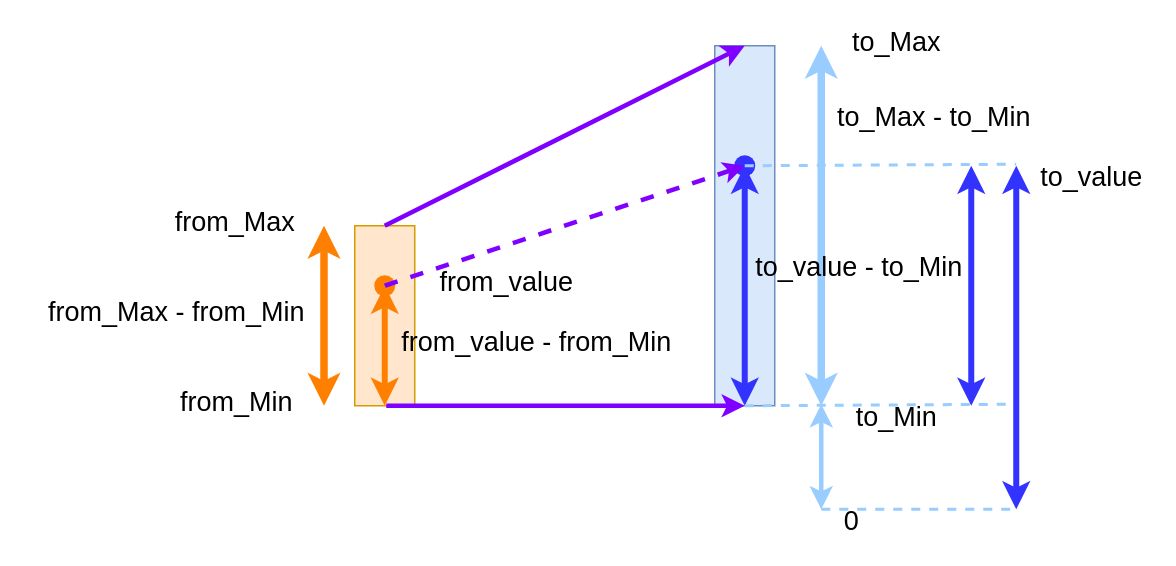
The draw.io diagram docs/bots/MiniBit/images/scale.drawio in gmc-code/PC-Microbit-Extension-backup, before the edit. Source tidied: cells renumbered, new cells numbered last; positions are measured from the earlier drawing's top-left corner, leaving out a move shared by most shapes. Both pictures are drawn from the tidied source at 150%, with x=0, y=0 at pixel (26, 30).
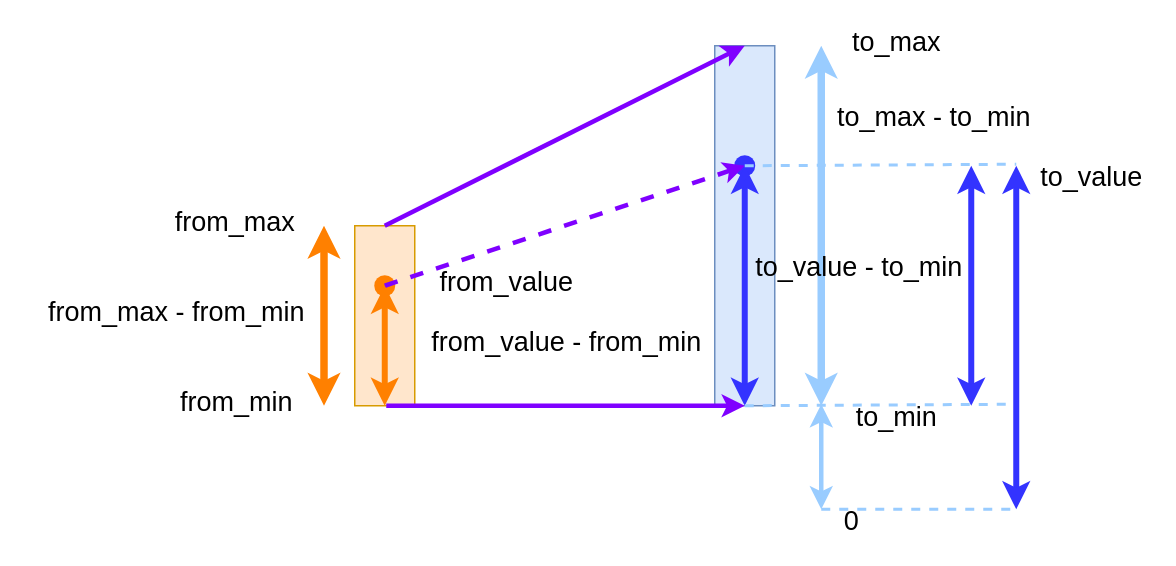
Above is the later version.

The edit, as a diff of the source:
```diff
@@
-    <mxCell id="4" value="to_Min" style="text;spacingTop=-5;align=center;verticalAlign=middle;fontStyle=0;html=1;fontSize=18;strokeColor=none;" parent="1" vertex="1">
+    <mxCell id="4" value="to_min" style="text;spacingTop=-5;align=center;verticalAlign=middle;fontStyle=0;html=1;fontSize=18;strokeColor=none;" parent="1" vertex="1">
       <mxGeometry x="540" y="250" width="80" height="20" as="geometry" />
     </mxCell>
-    <mxCell id="5" value="from_Min" style="text;spacingTop=-5;align=center;verticalAlign=middle;fontStyle=0;html=1;fontSize=18;" parent="1" vertex="1">
+    <mxCell id="5" value="from_min" style="text;spacingTop=-5;align=center;verticalAlign=middle;fontStyle=0;html=1;fontSize=18;" parent="1" vertex="1">
       <mxGeometry x="90" y="240" width="100" height="20" as="geometry" />
     </mxCell>
-    <mxCell id="6" value="from_Max" style="text;spacingTop=-5;align=center;verticalAlign=middle;fontStyle=0;html=1;fontSize=18;" parent="1" vertex="1">
+    <mxCell id="6" value="from_max" style="text;spacingTop=-5;align=center;verticalAlign=middle;fontStyle=0;html=1;fontSize=18;" parent="1" vertex="1">
       <mxGeometry x="89" y="120" width="100" height="20" as="geometry" />
     </mxCell>
-    <mxCell id="7" value="to_Max" style="text;spacingTop=-5;align=center;verticalAlign=middle;fontStyle=0;html=1;fontSize=18;strokeColor=none;" parent="1" vertex="1">
+    <mxCell id="7" value="to_max" style="text;spacingTop=-5;align=center;verticalAlign=middle;fontStyle=0;html=1;fontSize=18;strokeColor=none;" parent="1" vertex="1">
       <mxGeometry x="540" width="80" height="20" as="geometry" />
     </mxCell>
@@
-    <mxCell id="13" value="from_Max - from_Min" style="text;spacingTop=-5;align=center;verticalAlign=middle;fontStyle=0;html=1;fontSize=18;" parent="1" vertex="1">
+    <mxCell id="13" value="from_max - from_min" style="text;spacingTop=-5;align=center;verticalAlign=middle;fontStyle=0;html=1;fontSize=18;" parent="1" vertex="1">
       <mxGeometry y="180" width="200" height="20" as="geometry" />
     </mxCell>
@@
-    <mxCell id="20" value="from_value - from_Min" style="text;spacingTop=-5;align=center;verticalAlign=middle;fontStyle=0;html=1;fontSize=18;" parent="1" vertex="1">
-      <mxGeometry x="310" y="200" width="60" height="20" as="geometry" />
+    <mxCell id="20" value="from_value - from_min" style="text;spacingTop=-5;align=center;verticalAlign=middle;fontStyle=0;html=1;fontSize=18;" parent="1" vertex="1">
+      <mxGeometry x="270" y="200" width="180" height="20" as="geometry" />
     </mxCell>
@@
-    <mxCell id="22" value="to_value - to_Min" style="text;spacingTop=-5;align=center;verticalAlign=middle;fontStyle=0;html=1;fontSize=18;" parent="1" vertex="1">
+    <mxCell id="22" value="to_value - to_min" style="text;spacingTop=-5;align=center;verticalAlign=middle;fontStyle=0;html=1;fontSize=18;" parent="1" vertex="1">
       <mxGeometry x="480" y="150" width="150" height="20" as="geometry" />
     </mxCell>
@@
-    <mxCell id="26" value="to_Max - to_Min" style="text;spacingTop=-5;align=center;verticalAlign=middle;fontStyle=0;html=1;fontSize=18;" parent="1" vertex="1">
+    <mxCell id="26" value="to_max - to_min" style="text;spacingTop=-5;align=center;verticalAlign=middle;fontStyle=0;html=1;fontSize=18;" parent="1" vertex="1">
       <mxGeometry x="530" y="50" width="150" height="20" as="geometry" />
     </mxCell>
```
